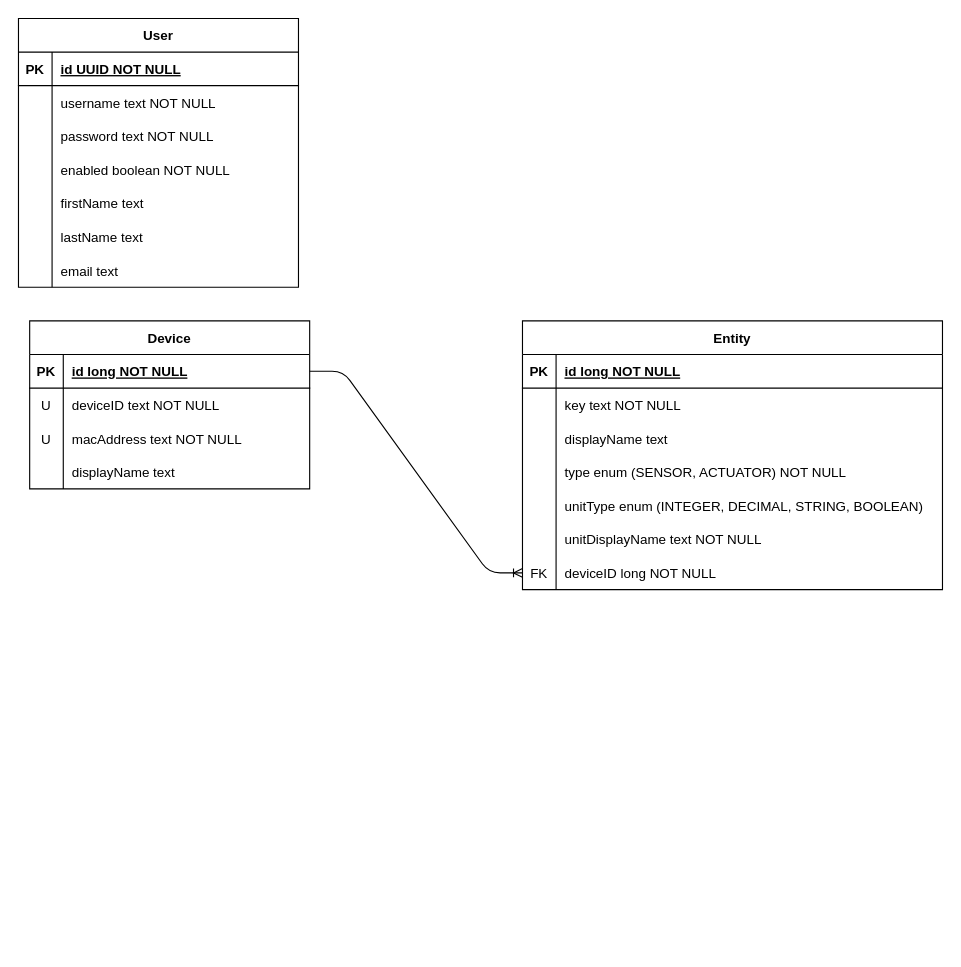
Before: ERD.drawio in ThingooKNI/backend, a draw.io diagram. Source tidied: cells renumbered, new cells numbered last; positions are measured from the earlier drawing's top-left corner, leaving out a move shared by most shapes. Both pictures are drawn from the tidied source at 112%, with x=0, y=0 at pixel (18, 18).
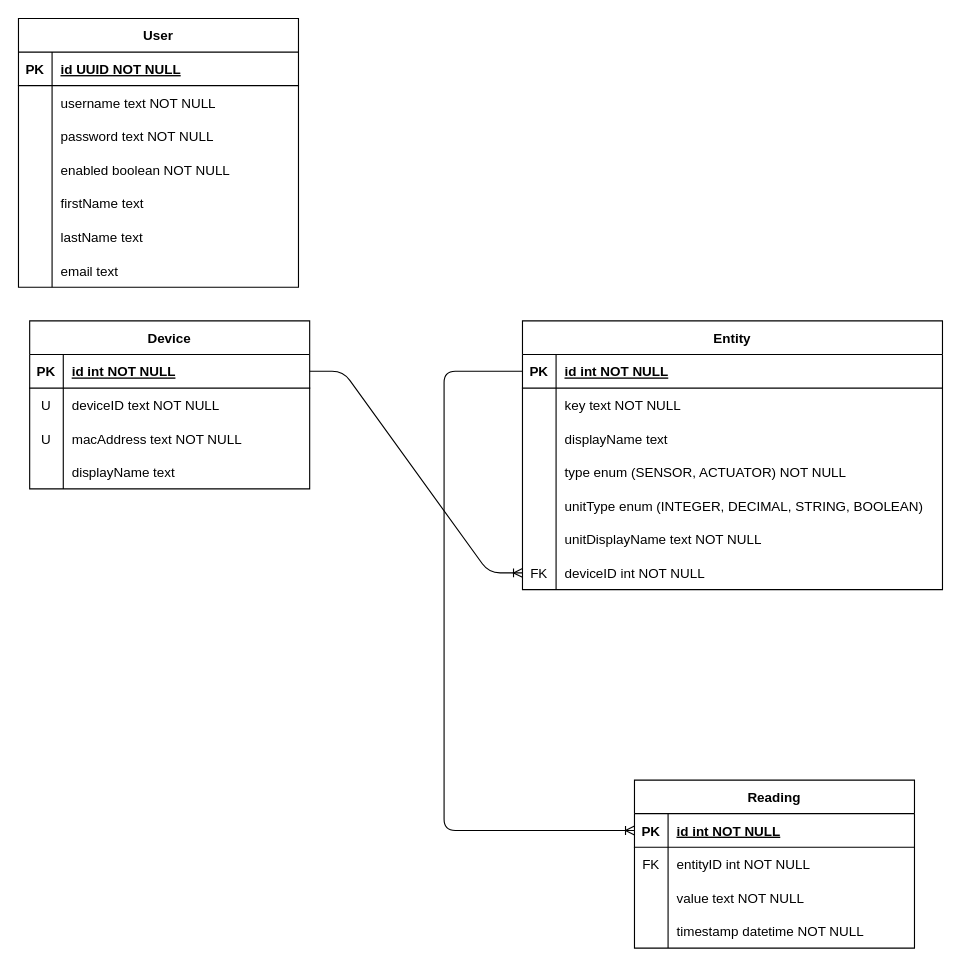
Above is the later version.

Commit message:
Update ERD with Reading entity

The change refers to these unchanged cells:
```xml
<mxCell id="25" style="shape=partialRectangle;fillColor=none;points=[[0,0.5],[1,0.5]];portConstraint=eastwest;top=0;left=0;right=0;bottom=1;" parent="24" vertex="1">
  <mxGeometry y="30" width="250" height="30" as="geometry" />
</mxCell>
<mxCell id="38" style="shape=partialRectangle;fillColor=none;points=[[0,0.5],[1,0.5]];portConstraint=eastwest;top=0;left=0;right=0;bottom=1;" parent="37" vertex="1">
  <mxGeometry y="30" width="375" height="30" as="geometry" />
</mxCell>
<mxCell id="56" style="shape=partialRectangle;fillColor=none;points=[[0,0.5],[1,0.5]];portConstraint=eastwest;top=0;left=0;right=0;bottom=0;" parent="37" vertex="1">
  <mxGeometry y="210" width="375" height="30" as="geometry" />
</mxCell>
```

Diff of the diagram source:
```diff
@@
-    <mxCell id="27" value="id long NOT NULL " style="shape=partialRectangle;overflow=hidden;fillColor=none;top=0;left=0;bottom=0;right=0;align=left;spacingLeft=6;fontStyle=5;" parent="25" vertex="1">
+    <mxCell id="27" value="id int NOT NULL " style="shape=partialRectangle;overflow=hidden;fillColor=none;top=0;left=0;bottom=0;right=0;align=left;spacingLeft=6;fontStyle=5;" parent="25" vertex="1">
       <mxGeometry x="30" width="220" height="30" as="geometry" />
     </mxCell>
@@
-    <mxCell id="40" value="id long NOT NULL " style="shape=partialRectangle;overflow=hidden;fillColor=none;top=0;left=0;bottom=0;right=0;align=left;spacingLeft=6;fontStyle=5;" parent="38" vertex="1">
+    <mxCell id="40" value="id int NOT NULL " style="shape=partialRectangle;overflow=hidden;fillColor=none;top=0;left=0;bottom=0;right=0;align=left;spacingLeft=6;fontStyle=5;" parent="38" vertex="1">
       <mxGeometry x="30" width="345" height="30" as="geometry" />
     </mxCell>
@@
-    <mxCell id="58" value="deviceID long NOT NULL" style="shape=partialRectangle;overflow=hidden;fillColor=none;top=0;left=0;bottom=0;right=0;align=left;spacingLeft=6;" parent="56" vertex="1">
+    <mxCell id="58" value="deviceID int NOT NULL" style="shape=partialRectangle;overflow=hidden;fillColor=none;top=0;left=0;bottom=0;right=0;align=left;spacingLeft=6;" parent="56" vertex="1">
       <mxGeometry x="30" width="345" height="30" as="geometry" />
     </mxCell>
@@
+    <mxCell id="60" value="Reading" style="shape=table;startSize=30;childLayout=tableLayout;rowLines=0;fontStyle=1;align=center;" parent="1" vertex="1">
+      <mxGeometry x="550" y="680" width="250" height="150" as="geometry" />
+    </mxCell>
+    <mxCell id="61" style="shape=partialRectangle;fillColor=none;points=[[0,0.5],[1,0.5]];portConstraint=eastwest;top=0;left=0;right=0;bottom=1;" parent="60" vertex="1">
+      <mxGeometry y="30" width="250" height="30" as="geometry" />
+    </mxCell>
+    <mxCell id="62" value="PK" style="shape=partialRectangle;overflow=hidden;fillColor=none;top=0;left=0;bottom=0;right=0;fontStyle=1;" parent="61" vertex="1">
+      <mxGeometry width="30" height="30" as="geometry" />
+    </mxCell>
+    <mxCell id="63" value="id int NOT NULL " style="shape=partialRectangle;overflow=hidden;fillColor=none;top=0;left=0;bottom=0;right=0;align=left;spacingLeft=6;fontStyle=5;" parent="61" vertex="1">
+      <mxGeometry x="30" width="220" height="30" as="geometry" />
+    </mxCell>
+    <mxCell id="64" style="shape=partialRectangle;fillColor=none;top=0;left=0;right=0;bottom=0;" parent="60" vertex="1">
+      <mxGeometry y="60" width="250" height="30" as="geometry" />
+    </mxCell>
+    <mxCell id="65" value="FK" style="shape=partialRectangle;overflow=hidden;fillColor=none;top=0;left=0;bottom=0;right=0;" parent="64" vertex="1">
+      <mxGeometry width="30" height="30" as="geometry" />
+    </mxCell>
+    <mxCell id="66" value="entityID int NOT NULL" style="shape=partialRectangle;overflow=hidden;fillColor=none;top=0;left=0;bottom=0;right=0;align=left;spacingLeft=6;" parent="64" vertex="1">
+      <mxGeometry x="30" width="220" height="30" as="geometry" />
+    </mxCell>
+    <mxCell id="67" style="shape=partialRectangle;fillColor=none;top=0;left=0;right=0;bottom=0;" parent="60" vertex="1">
+      <mxGeometry y="90" width="250" height="30" as="geometry" />
+    </mxCell>
+    <mxCell id="68" style="shape=partialRectangle;overflow=hidden;fillColor=none;top=0;left=0;bottom=0;right=0;" parent="67" vertex="1">
+      <mxGeometry width="30" height="30" as="geometry" />
+    </mxCell>
+    <mxCell id="69" value="value text NOT NULL" style="shape=partialRectangle;overflow=hidden;fillColor=none;top=0;left=0;bottom=0;right=0;align=left;spacingLeft=6;" parent="67" vertex="1">
+      <mxGeometry x="30" width="220" height="30" as="geometry" />
+    </mxCell>
+    <mxCell id="70" style="shape=partialRectangle;fillColor=none;top=0;left=0;right=0;bottom=0;" parent="60" vertex="1">
+      <mxGeometry y="120" width="250" height="30" as="geometry" />
+    </mxCell>
+    <mxCell id="71" style="shape=partialRectangle;overflow=hidden;fillColor=none;top=0;left=0;bottom=0;right=0;" parent="70" vertex="1">
+      <mxGeometry width="30" height="30" as="geometry" />
+    </mxCell>
+    <mxCell id="72" value="timestamp datetime NOT NULL" style="shape=partialRectangle;overflow=hidden;fillColor=none;top=0;left=0;bottom=0;right=0;align=left;spacingLeft=6;" parent="70" vertex="1">
+      <mxGeometry x="30" width="220" height="30" as="geometry" />
+    </mxCell>
+    <mxCell id="73" style="edgeStyle=orthogonalEdgeStyle;fontSize=12;html=1;endArrow=ERoneToMany;exitX=0;exitY=0.5;exitDx=0;exitDy=0;entryX=0;entryY=0.5;entryDx=0;entryDy=0;" parent="1" edge="1" source="38" target="61">
+      <mxGeometry relative="1" as="geometry">
+        <Array as="points">
+          <mxPoint x="380" y="315" />
+          <mxPoint x="380" y="725" />
+        </Array>
+      </mxGeometry>
+    </mxCell>
```
